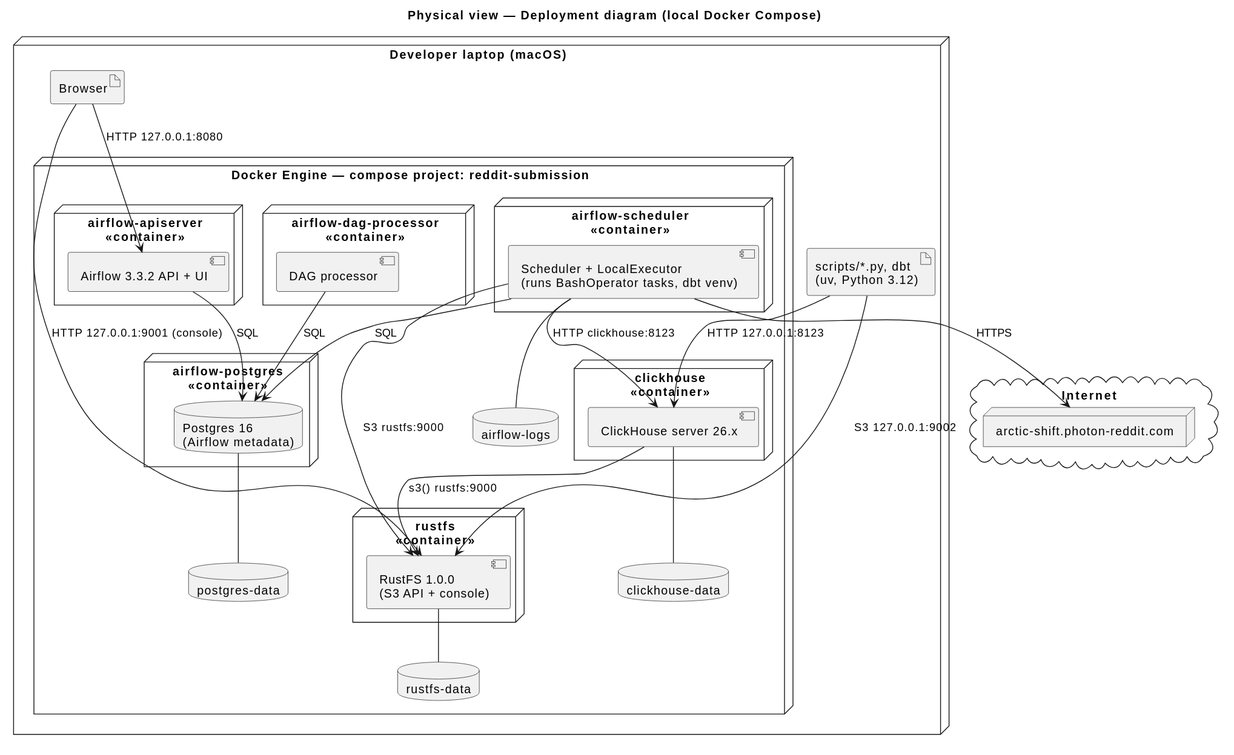
This is docs/architecture/diagrams/deployment.svg from modsomjeed/reddit-dataeng, a PlantUML export, as it was before one commit. Source of this version:
```plantuml
@startuml
title Physical view — Deployment diagram (local Docker Compose)
skinparam shadowing false

node "Developer laptop (macOS)" as laptop {
  artifact "Browser" as browser
  artifact "scripts/*.py, dbt\n(uv, Python 3.12)" as hostcli

  node "Docker Engine — compose project: reddit-submission" as docker {
    node "clickhouse\n<<container>>" as ch {
      component "ClickHouse server 26.x" as chs
    }
    node "rustfs\n<<container>>" as rustfs {
      component "RustFS 1.0.0\n(S3 API + console)" as rfs
    }
    node "airflow-apiserver\n<<container>>" as api {
      component "Airflow 3.3.2 API + UI" as apis
    }
    node "airflow-scheduler\n<<container>>" as sched {
      component "Scheduler + LocalExecutor\n(runs BashOperator tasks, dbt venv)" as scheds
    }
    node "airflow-dag-processor\n<<container>>" as dagp {
      component "DAG processor" as dagps
    }
    node "airflow-postgres\n<<container>>" as pg {
      database "Postgres 16\n(Airflow metadata)" as pgdb
    }
    database "clickhouse-data" as vch
    database "rustfs-data" as vrfs
    database "postgres-data" as vpg
    database "airflow-logs" as vlogs
  }
}

cloud "Internet" {
  node "arctic-shift.photon-reddit.com" as arctic
}

chs -- vch
rfs -- vrfs
pgdb -- vpg
scheds -- vlogs

browser --> apis : "HTTP 127.0.0.1:8080"
browser --> rfs : "HTTP 127.0.0.1:9001 (console)"
hostcli --> chs : "HTTP 127.0.0.1:8123"
hostcli --> rfs : "S3 127.0.0.1:9002"
scheds --> arctic : "HTTPS"
scheds --> rfs : "S3 rustfs:9000"
scheds --> chs : "HTTP clickhouse:8123"
chs --> rfs : "s3() rustfs:9000"
scheds --> pgdb : "SQL"
apis --> pgdb : "SQL"
dagps --> pgdb : "SQL"
@enduml
```
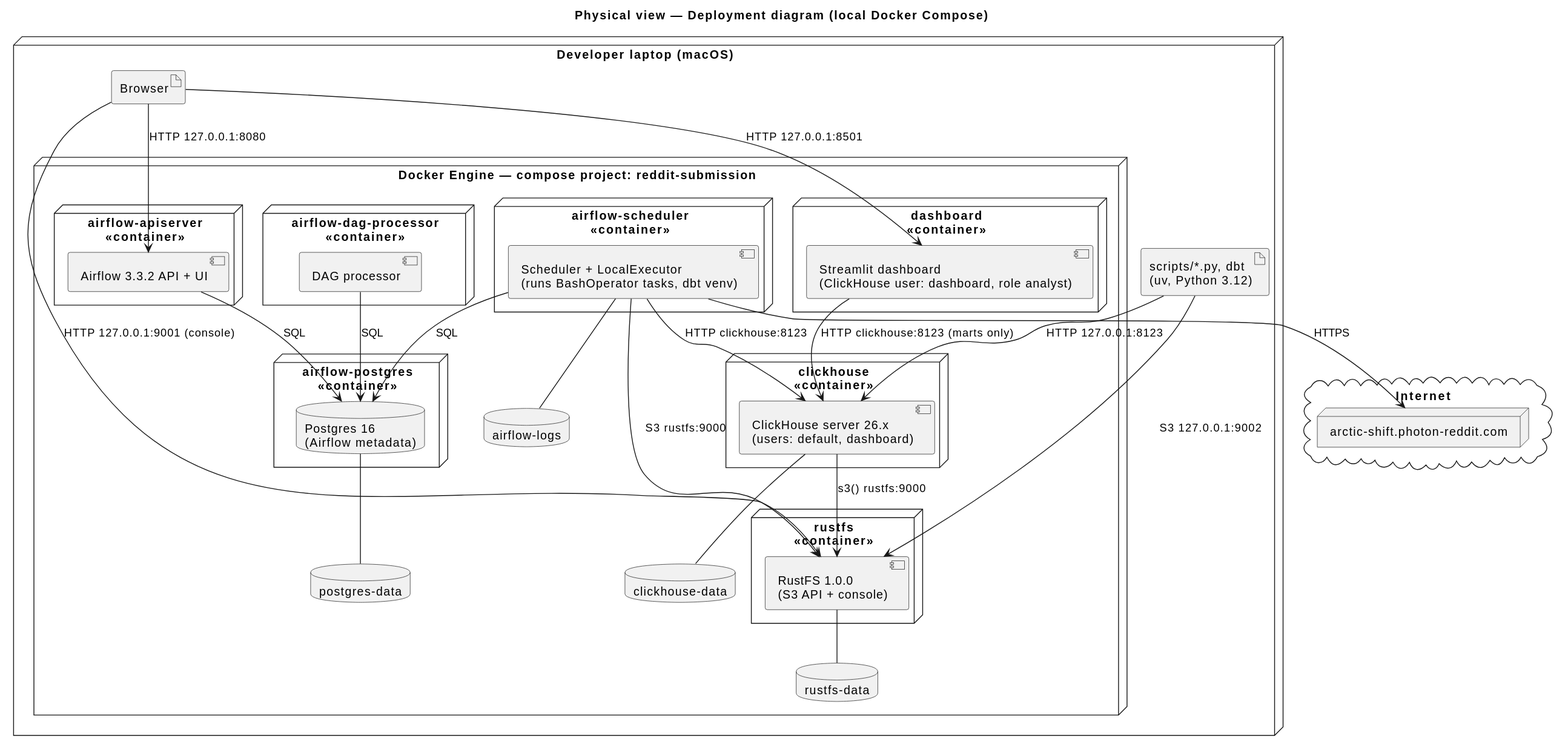
The same file after the commit.

Change to the diagram source:
```diff
@@ -8,7 +8,7 @@
 
   node "Docker Engine — compose project: reddit-submission" as docker {
     node "clickhouse\n<<container>>" as ch {
-      component "ClickHouse server 26.x" as chs
+      component "ClickHouse server 26.x\n(users: default, dashboard)" as chs
     }
     node "rustfs\n<<container>>" as rustfs {
       component "RustFS 1.0.0\n(S3 API + console)" as rfs
@@ -21,6 +21,9 @@
     }
     node "airflow-dag-processor\n<<container>>" as dagp {
       component "DAG processor" as dagps
+    }
+    node "dashboard\n<<container>>" as dash {
+      component "Streamlit dashboard\n(ClickHouse user: dashboard, role analyst)" as dashs
     }
     node "airflow-postgres\n<<container>>" as pg {
       database "Postgres 16\n(Airflow metadata)" as pgdb
@@ -42,6 +45,8 @@
 scheds -- vlogs
 
 browser --> apis : "HTTP 127.0.0.1:8080"
+browser --> dashs : "HTTP 127.0.0.1:8501"
+dashs --> chs : "HTTP clickhouse:8123 (marts only)"
 browser --> rfs : "HTTP 127.0.0.1:9001 (console)"
 hostcli --> chs : "HTTP 127.0.0.1:8123"
 hostcli --> rfs : "S3 127.0.0.1:9002"
```
